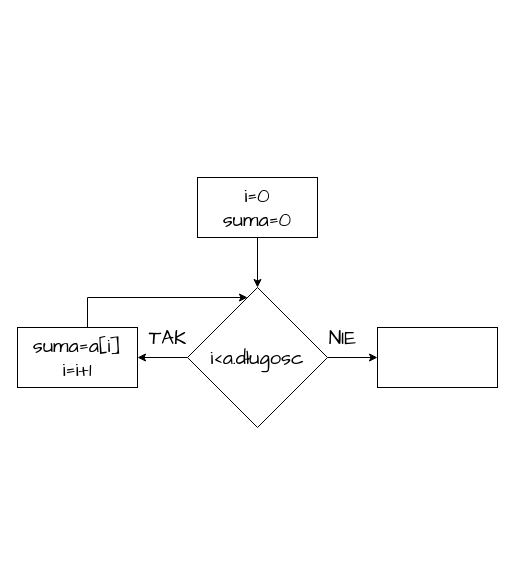
cozpek/Algorytmy keeps this draw.io diagram as suma_elementow_tablicy.drawio. Above is the earlier version. Source tidied: cells renumbered, new cells numbered last; positions are measured from the earlier drawing's top-left corner, leaving out a move shared by most shapes. Both pictures are drawn from the tidied source at 100%, with x=0, y=0 at pixel (17, 177).
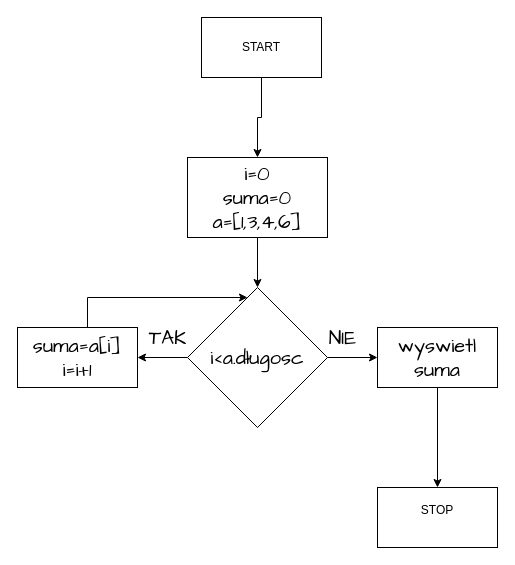
Above is the later version.

Diff of the diagram source:
```diff
@@
 <mxGraphModel>
   <root>
     <mxCell id="0" />
     <mxCell id="1" parent="0" />
     <mxCell id="2" style="edgeStyle=orthogonalEdgeStyle;rounded=0;hachureGap=4;jettySize=auto;html=1;entryX=0.5;entryY=0;entryDx=0;entryDy=0;fontFamily=Architects Daughter;fontSize=16;labelBackgroundColor=none;fontColor=default;" parent="1" edge="1" source="3" target="6">
       <mxGeometry relative="1" as="geometry" />
     </mxCell>
-    <mxCell id="3" value="&lt;div&gt;i=0&lt;/div&gt;suma=0" style="rounded=0;whiteSpace=wrap;html=1;hachureGap=4;fontFamily=Architects Daughter;fontSize=20;labelBackgroundColor=none;" parent="1" vertex="1">
-      <mxGeometry x="180" width="120" height="60" as="geometry" />
+    <mxCell id="3" value="&lt;div&gt;i=0&lt;/div&gt;&lt;div&gt;suma=0&lt;/div&gt;&lt;div&gt;a=[1,3,4,6]&lt;br&gt;&lt;/div&gt;" style="rounded=0;whiteSpace=wrap;html=1;hachureGap=4;fontFamily=Architects Daughter;fontSize=20;labelBackgroundColor=none;" parent="1" vertex="1">
+      <mxGeometry x="170" y="-20" width="140" height="80" as="geometry" />
     </mxCell>
     <mxCell id="4" style="edgeStyle=orthogonalEdgeStyle;rounded=0;hachureGap=4;jettySize=auto;html=1;fontFamily=Architects Daughter;fontSize=16;entryX=1;entryY=0.5;entryDx=0;entryDy=0;labelBackgroundColor=none;fontColor=default;" parent="1" edge="1" source="6" target="8">
       <mxGeometry relative="1" as="geometry" />
     </mxCell>
     <mxCell id="5" style="edgeStyle=orthogonalEdgeStyle;rounded=0;hachureGap=4;jettySize=auto;html=1;exitX=1;exitY=0.5;exitDx=0;exitDy=0;entryX=0;entryY=0.5;entryDx=0;entryDy=0;fontFamily=Architects Daughter;fontSize=16;labelBackgroundColor=none;fontColor=default;" parent="1" edge="1" source="6" target="9">
       <mxGeometry relative="1" as="geometry" />
     </mxCell>
     <mxCell id="6" value="&lt;div&gt;i&amp;lt;a.długosc&lt;/div&gt;" style="rhombus;whiteSpace=wrap;html=1;hachureGap=4;fontFamily=Architects Daughter;fontSize=20;labelBackgroundColor=none;" parent="1" vertex="1">
       <mxGeometry x="170" y="110" width="140" height="140" as="geometry" />
     </mxCell>
     <mxCell id="7" style="edgeStyle=orthogonalEdgeStyle;rounded=0;hachureGap=4;jettySize=auto;html=1;fontFamily=Architects Daughter;fontSize=16;labelBackgroundColor=none;fontColor=default;" parent="1" edge="1" source="8" target="6">
       <mxGeometry relative="1" as="geometry">
         <Array as="points">
           <mxPoint x="70" y="120" />
           <mxPoint x="240" y="120" />
         </Array>
       </mxGeometry>
     </mxCell>
     <mxCell id="8" value="suma=a[i]&lt;br&gt;&lt;div&gt;i=i+1&lt;/div&gt;" style="rounded=0;whiteSpace=wrap;html=1;hachureGap=4;fontFamily=Architects Daughter;fontSize=20;labelBackgroundColor=none;" parent="1" vertex="1">
       <mxGeometry y="150" width="120" height="60" as="geometry" />
     </mxCell>
+    <mxCell id="12" style="edgeStyle=orthogonalEdgeStyle;rounded=0;jettySize=auto;html=1;entryX=0.5;entryY=0;entryDx=0;entryDy=0;" parent="1" edge="1" source="9" target="13">
+      <mxGeometry relative="1" as="geometry" />
+    </mxCell>
-    <mxCell id="9" style="rounded=0;whiteSpace=wrap;html=1;hachureGap=4;fontFamily=Architects Daughter;fontSize=20;labelBackgroundColor=none;" parent="1" vertex="1">
+    <mxCell id="9" value="wyswietl suma" style="rounded=0;whiteSpace=wrap;html=1;hachureGap=4;fontFamily=Architects Daughter;fontSize=20;labelBackgroundColor=none;" parent="1" vertex="1">
       <mxGeometry x="360" y="150" width="120" height="60" as="geometry" />
     </mxCell>
     <mxCell id="10" value="TAK" style="text;html=1;align=center;verticalAlign=middle;strokeColor=none;fillColor=none;fontSize=20;fontFamily=Architects Daughter;labelBackgroundColor=none;" parent="1" vertex="1">
       <mxGeometry x="120" y="140" width="60" height="40" as="geometry" />
     </mxCell>
     <mxCell id="11" value="NIE" style="text;html=1;align=center;verticalAlign=middle;strokeColor=none;fillColor=none;fontSize=20;fontFamily=Architects Daughter;labelBackgroundColor=none;" parent="1" vertex="1">
       <mxGeometry x="300" y="140" width="50" height="40" as="geometry" />
     </mxCell>
+    <mxCell id="13" value="&lt;div&gt;STOP&lt;/div&gt;&lt;div&gt;&lt;br&gt;&lt;/div&gt;" style="rounded=0;whiteSpace=wrap;html=1;" parent="1" vertex="1">
+      <mxGeometry x="360" y="310" width="120" height="60" as="geometry" />
+    </mxCell>
+    <mxCell id="14" style="edgeStyle=orthogonalEdgeStyle;rounded=0;jettySize=auto;html=1;entryX=0.5;entryY=0;entryDx=0;entryDy=0;" parent="1" edge="1" source="15" target="3">
+      <mxGeometry relative="1" as="geometry" />
+    </mxCell>
+    <mxCell id="15" value="START" style="rounded=0;whiteSpace=wrap;html=1;" parent="1" vertex="1">
+      <mxGeometry x="184" y="-160" width="120" height="60" as="geometry" />
+    </mxCell>
   </root>
 </mxGraphModel>
```
